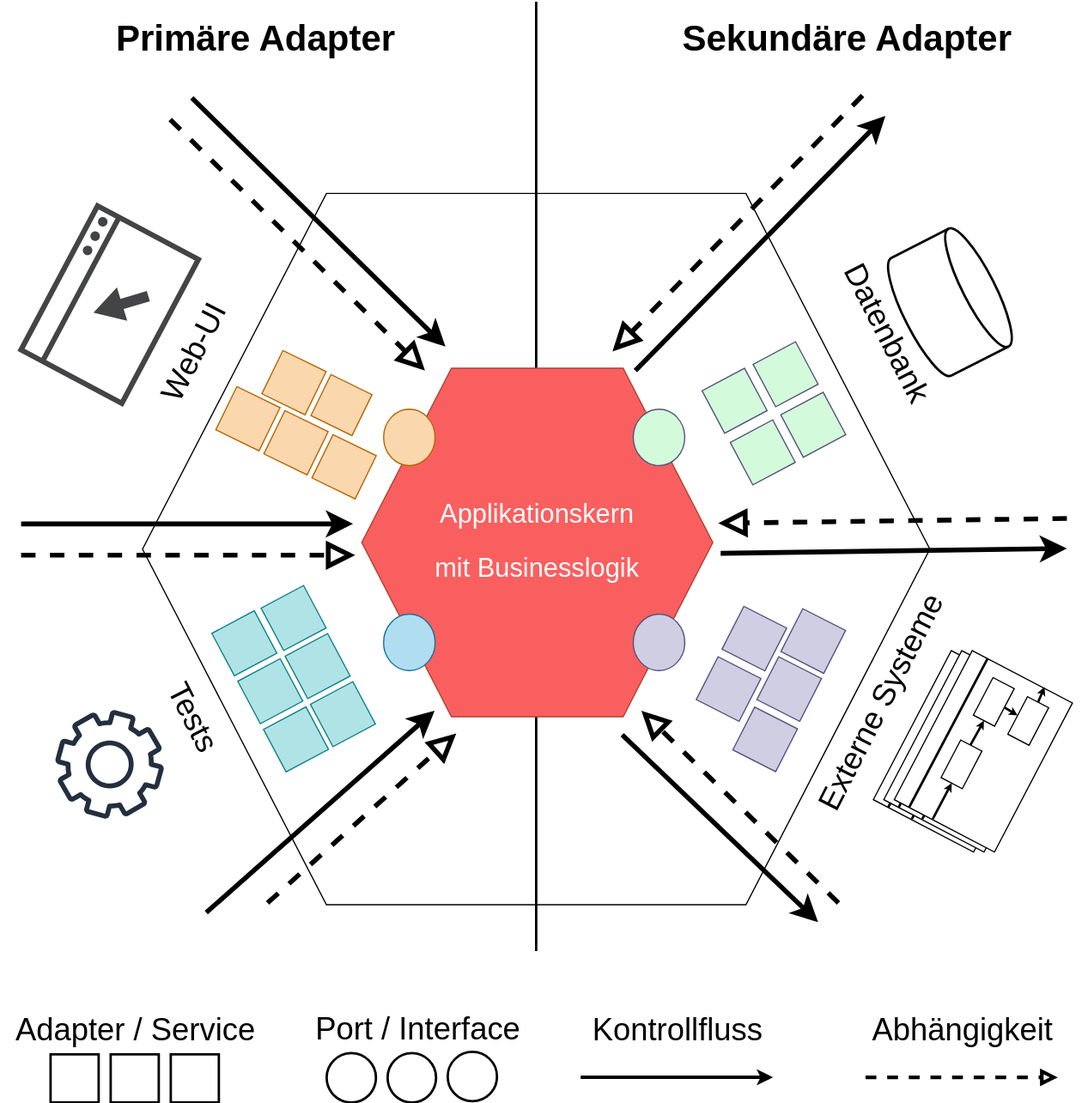
Before: tex/img/HexagonaleArchitektur.svg, a diagram exported from draw.io (xThale/Seminararbeit). Source tidied: cells renumbered, new cells last; positions are measured from the earlier drawing's top-left corner, leaving out a move shared by most shapes.
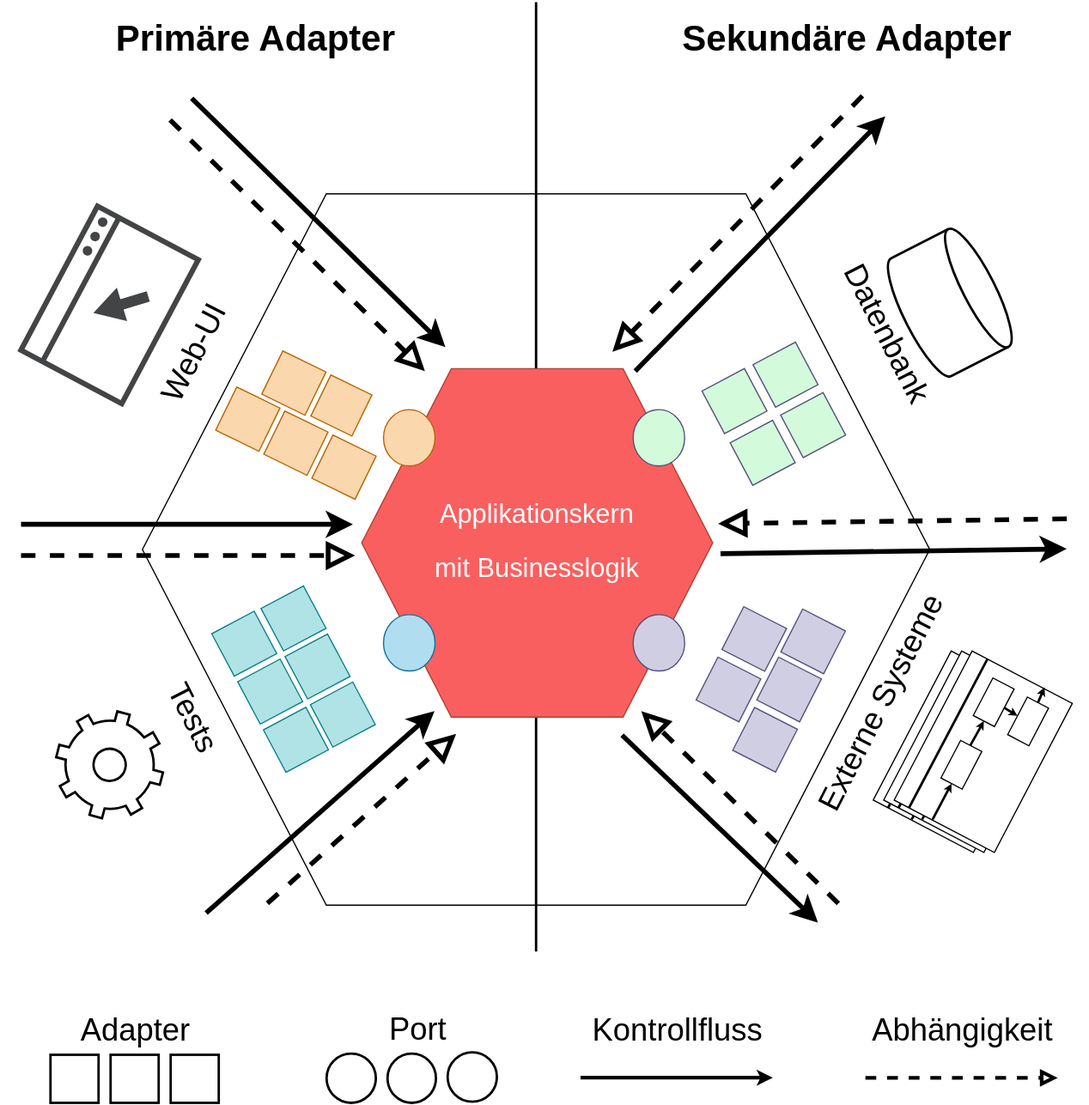
After the commit.

Change to the diagram source:
```diff
@@ -2,6 +2,9 @@
   <root>
     <mxCell id="0" />
     <mxCell id="1" parent="0" />
+    <mxCell id="97" style="html=1;verticalLabelPosition=bottom;align=center;labelBackgroundColor=#ffffff;verticalAlign=top;strokeWidth=2;shadow=0;dashed=0;shape=mxgraph.ios7.icons.settings;rotation=60;" parent="1" vertex="1">
+      <mxGeometry x="40" y="590" width="89.4" height="89.4" as="geometry" />
+    </mxCell>
     <mxCell id="2" style="shape=hexagon;perimeter=hexagonPerimeter2;whiteSpace=wrap;html=1;fixedSize=1;fontSize=20;fillColor=none;size=153;" parent="1" vertex="1">
       <mxGeometry x="112" y="159.5" width="655" height="592" as="geometry" />
     </mxCell>
@@ -71,9 +74,6 @@
     <mxCell id="20" style="strokeWidth=2;html=1;shape=mxgraph.flowchart.database;whiteSpace=wrap;fontSize=27;fontColor=#000000;fillColor=none;rotation=63;" parent="1" vertex="1">
       <mxGeometry x="728.7" y="210" width="110" height="80" as="geometry" />
     </mxCell>
-    <mxCell id="21" style="sketch=0;fontColor=#232F3E;gradientColor=none;fillColor=#232F3E;strokeColor=none;dashed=0;verticalLabelPosition=bottom;verticalAlign=top;align=center;html=1;fontSize=12;fontStyle=0;shape=mxgraph.aws4.gear;rotation=60;" parent="1" vertex="1">
-      <mxGeometry x="40" y="590" width="89.4" height="89.4" as="geometry" />
-    </mxCell>
     <mxCell id="22" style="whiteSpace=wrap;html=1;fontSize=20;fillColor=#D2FADB;rotation=62;strokeColor=#56517E;" parent="1" vertex="1">
       <mxGeometry x="627" y="290" width="40" height="40" as="geometry" />
     </mxCell>
@@ -149,8 +149,8 @@
     <mxCell id="42" style="whiteSpace=wrap;html=1;fontSize=20;rotation=0;strokeWidth=2;" parent="1" vertex="1">
       <mxGeometry x="135.5" y="876" width="40" height="40" as="geometry" />
     </mxCell>
-    <mxCell id="43" value="Adapter / Service" style="text;html=1;align=center;verticalAlign=middle;strokeColor=none;fillColor=none;fontSize=26;fontColor=#000000;" parent="1" vertex="1">
-      <mxGeometry x="0.5" y="836" width="210" height="40" as="geometry" />
+    <mxCell id="43" value="Adapter" style="text;html=1;align=center;verticalAlign=middle;strokeColor=none;fillColor=none;fontSize=26;fontColor=#000000;" parent="1" vertex="1">
+      <mxGeometry x="50.5" y="836" width="110" height="40" as="geometry" />
     </mxCell>
     <mxCell id="44" style="rounded=0;whiteSpace=wrap;html=1;fontSize=27;fontColor=#000000;fillColor=#FFFFFF;rotation=297.6;" parent="1" vertex="1">
       <mxGeometry x="724.1" y="576.8" width="140" height="94.1" as="geometry" />
@@ -284,7 +284,7 @@
     <mxCell id="87" style="ellipse;whiteSpace=wrap;html=1;fontSize=30;strokeWidth=2;" parent="1" vertex="1">
       <mxGeometry x="365.9" y="874" width="41" height="41" as="geometry" />
     </mxCell>
-    <mxCell id="88" value="&lt;span style=&quot;font-size: 26px;&quot;&gt;Port / Interface&lt;/span&gt;" style="text;html=1;strokeColor=none;fillColor=none;align=center;verticalAlign=middle;whiteSpace=wrap;rounded=0;fontSize=26;" parent="1" vertex="1">
+    <mxCell id="88" value="&lt;span style=&quot;font-size: 26px&quot;&gt;Port&lt;/span&gt;" style="text;html=1;strokeColor=none;fillColor=none;align=center;verticalAlign=middle;whiteSpace=wrap;rounded=0;fontSize=26;" parent="1" vertex="1">
       <mxGeometry x="226.2" y="830" width="231" height="50" as="geometry" />
     </mxCell>
     <mxCell id="89" style="endArrow=classic;html=1;rounded=0;fontSize=27;fontColor=#000000;strokeWidth=4;startSize=11;endSize=10;" parent="1" edge="1">
```
